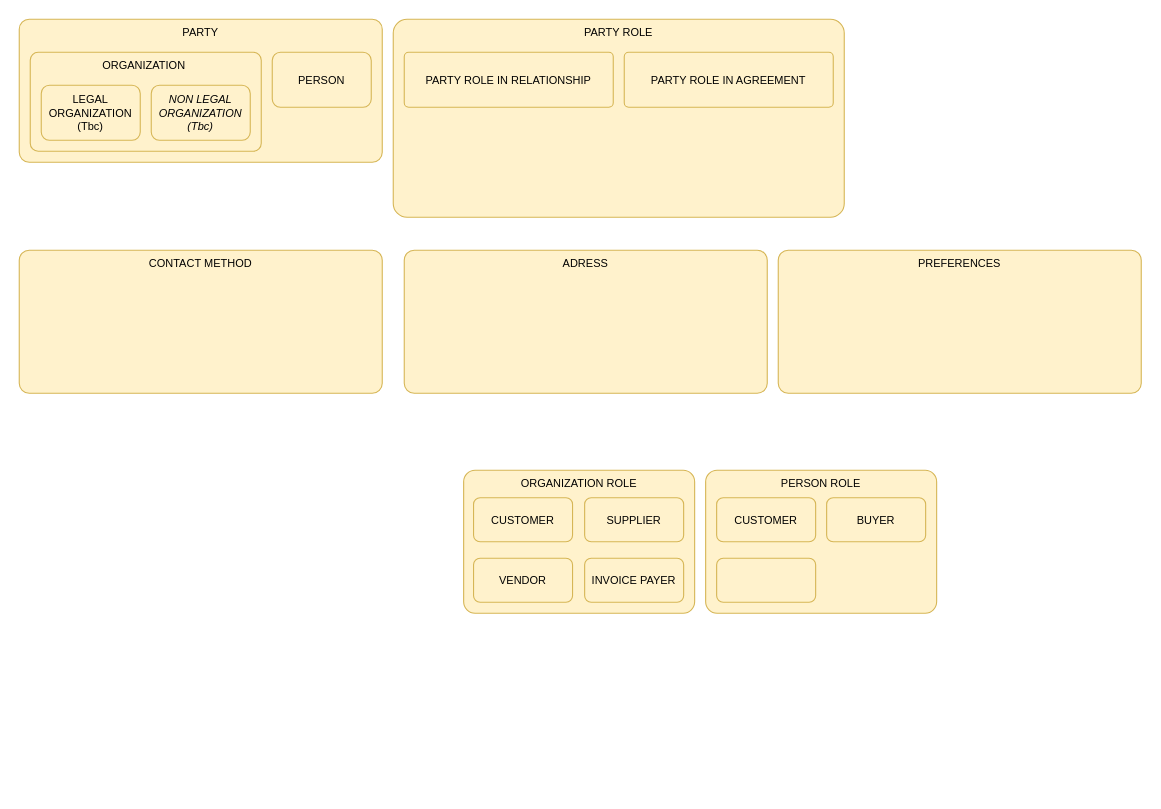
pastel-gbetoho/PastelGbetoho-data-library keeps this draw.io diagram as page "Customer Functional Area" (5 of 5) of docs/modeling/Customer-Manutan.drawio. Above is the earlier version. Source tidied: cells renumbered, new cells numbered last; positions are measured from the earlier drawing's top-left corner, leaving out a move shared by most shapes. Both pictures are drawn from the tidied source at 110%, with x=0, y=0 at pixel (19, 19).
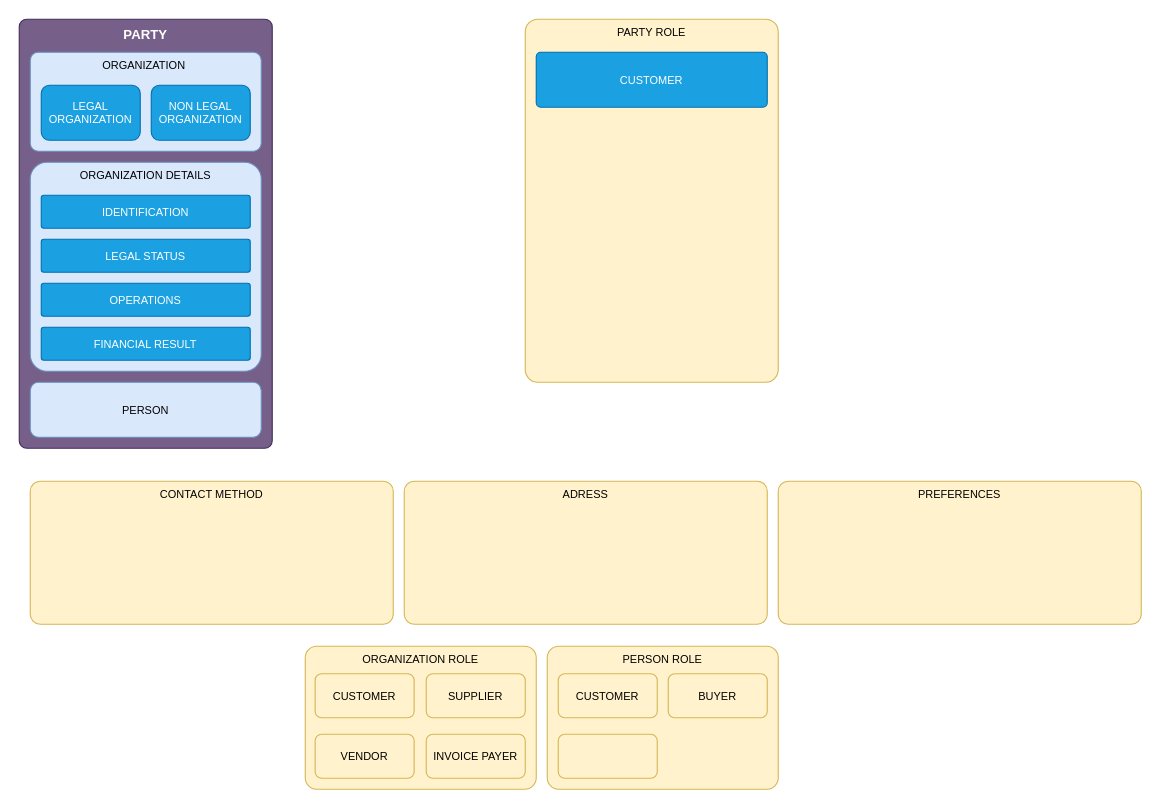
After the change.

What changed in the source:
```diff
@@
-    <mxCell id="2" value="PARTY" style="rounded=1;whiteSpace=wrap;html=1;fillColor=#fff2cc;strokeColor=#d6b656;arcSize=7;verticalAlign=top;fontSize=10;" parent="1" vertex="1">
-      <mxGeometry width="330" height="130" as="geometry" />
+    <mxCell id="2" value="PARTY" style="rounded=1;whiteSpace=wrap;html=1;fillColor=#76608a;strokeColor=#432D57;arcSize=3;verticalAlign=top;fontSize=12;fontStyle=1;fontColor=#ffffff;" parent="1" vertex="1">
+      <mxGeometry width="230" height="390" as="geometry" />
     </mxCell>
-    <mxCell id="3" value="ORGANIZATION&amp;nbsp;" style="rounded=1;whiteSpace=wrap;html=1;fillColor=#fff2cc;strokeColor=#d6b656;verticalAlign=top;arcSize=8;fontSize=10;" parent="1" vertex="1">
+    <mxCell id="3" value="ORGANIZATION&amp;nbsp;" style="rounded=1;whiteSpace=wrap;html=1;fillColor=#dae8fc;strokeColor=#6c8ebf;verticalAlign=top;arcSize=8;fontSize=10;" parent="1" vertex="1">
       <mxGeometry x="10" y="30" width="210" height="90" as="geometry" />
     </mxCell>
-    <mxCell id="4" value="LEGAL ORGANIZATION (Tbc)" style="rounded=1;whiteSpace=wrap;html=1;fillColor=#fff2cc;strokeColor=#d6b656;fontSize=10;" parent="1" vertex="1">
+    <mxCell id="4" value="LEGAL ORGANIZATION" style="rounded=1;whiteSpace=wrap;html=1;fillColor=#1ba1e2;strokeColor=#006EAF;fontSize=10;fontColor=#ffffff;" parent="1" vertex="1">
       <mxGeometry x="20" y="60" width="90" height="50" as="geometry" />
     </mxCell>
-    <mxCell id="5" value="NON LEGAL ORGANIZATION (Tbc)" style="rounded=1;whiteSpace=wrap;html=1;fillColor=#fff2cc;strokeColor=#d6b656;fontStyle=2;fontSize=10;" parent="1" vertex="1">
+    <mxCell id="5" value="NON LEGAL ORGANIZATION" style="rounded=1;whiteSpace=wrap;html=1;fillColor=#1ba1e2;strokeColor=#006EAF;fontStyle=0;fontSize=10;fontColor=#ffffff;" parent="1" vertex="1">
       <mxGeometry x="120" y="60" width="90" height="50" as="geometry" />
     </mxCell>
-    <mxCell id="6" value="PERSON" style="rounded=1;whiteSpace=wrap;html=1;fillColor=#fff2cc;strokeColor=#d6b656;fontSize=10;" parent="1" vertex="1">
-      <mxGeometry x="230" y="30" width="90" height="50" as="geometry" />
+    <mxCell id="6" value="PERSON" style="rounded=1;whiteSpace=wrap;html=1;fillColor=#dae8fc;strokeColor=#6c8ebf;fontSize=10;" parent="1" vertex="1">
+      <mxGeometry x="10" y="330" width="210" height="50" as="geometry" />
     </mxCell>
-    <mxCell id="7" value="PARTY ROLE" style="rounded=1;whiteSpace=wrap;html=1;fillColor=#fff2cc;strokeColor=#d6b656;arcSize=7;verticalAlign=top;fontSize=10;" parent="1" vertex="1">
-      <mxGeometry x="340" width="410" height="180" as="geometry" />
+    <mxCell id="7" value="PARTY ROLE" style="rounded=1;whiteSpace=wrap;html=1;fillColor=#fff2cc;strokeColor=#d6b656;arcSize=5;verticalAlign=top;fontSize=10;" parent="1" vertex="1">
+      <mxGeometry x="460" width="230" height="330" as="geometry" />
     </mxCell>
     <mxCell id="8" value="ORGANIZATION ROLE" style="rounded=1;whiteSpace=wrap;html=1;fillColor=#fff2cc;strokeColor=#d6b656;verticalAlign=top;arcSize=8;fontSize=10;" parent="1" vertex="1">
-      <mxGeometry x="404" y="410" width="210" height="130" as="geometry" />
+      <mxGeometry x="260" y="570" width="210" height="130" as="geometry" />
     </mxCell>
     <mxCell id="9" value="CUSTOMER" style="rounded=1;whiteSpace=wrap;html=1;fillColor=#fff2cc;strokeColor=#d6b656;fontSize=10;" parent="1" vertex="1">
-      <mxGeometry x="413" y="435" width="90" height="40" as="geometry" />
+      <mxGeometry x="269" y="595" width="90" height="40" as="geometry" />
     </mxCell>
     <mxCell id="10" value="SUPPLIER" style="rounded=1;whiteSpace=wrap;html=1;fillColor=#fff2cc;strokeColor=#d6b656;fontSize=10;" parent="1" vertex="1">
-      <mxGeometry x="514" y="435" width="90" height="40" as="geometry" />
+      <mxGeometry x="370" y="595" width="90" height="40" as="geometry" />
     </mxCell>
     <mxCell id="11" value="VENDOR" style="rounded=1;whiteSpace=wrap;html=1;fillColor=#fff2cc;strokeColor=#d6b656;fontSize=10;" parent="1" vertex="1">
-      <mxGeometry x="413" y="490" width="90" height="40" as="geometry" />
+      <mxGeometry x="269" y="650" width="90" height="40" as="geometry" />
     </mxCell>
     <mxCell id="12" value="PERSON ROLE" style="rounded=1;whiteSpace=wrap;html=1;fillColor=#fff2cc;strokeColor=#d6b656;verticalAlign=top;arcSize=8;fontSize=10;" parent="1" vertex="1">
-      <mxGeometry x="624" y="410" width="210" height="130" as="geometry" />
+      <mxGeometry x="480" y="570" width="210" height="130" as="geometry" />
     </mxCell>
     <mxCell id="13" value="CUSTOMER" style="rounded=1;whiteSpace=wrap;html=1;fillColor=#fff2cc;strokeColor=#d6b656;fontSize=10;" parent="1" vertex="1">
-      <mxGeometry x="634" y="435" width="90" height="40" as="geometry" />
+      <mxGeometry x="490" y="595" width="90" height="40" as="geometry" />
     </mxCell>
     <mxCell id="14" value="BUYER" style="rounded=1;whiteSpace=wrap;html=1;fillColor=#fff2cc;strokeColor=#d6b656;fontSize=10;" parent="1" vertex="1">
-      <mxGeometry x="734" y="435" width="90" height="40" as="geometry" />
+      <mxGeometry x="590" y="595" width="90" height="40" as="geometry" />
     </mxCell>
     <mxCell id="15" value="INVOICE PAYER" style="rounded=1;whiteSpace=wrap;html=1;fillColor=#fff2cc;strokeColor=#d6b656;fontSize=10;" parent="1" vertex="1">
-      <mxGeometry x="514" y="490" width="90" height="40" as="geometry" />
+      <mxGeometry x="370" y="650" width="90" height="40" as="geometry" />
     </mxCell>
     <mxCell id="16" style="rounded=1;whiteSpace=wrap;html=1;fillColor=#fff2cc;strokeColor=#d6b656;fontSize=10;" parent="1" vertex="1">
-      <mxGeometry x="634" y="490" width="90" height="40" as="geometry" />
+      <mxGeometry x="490" y="650" width="90" height="40" as="geometry" />
     </mxCell>
-    <mxCell id="17" value="PARTY ROLE IN RELATIONSHIP" style="rounded=1;whiteSpace=wrap;html=1;fillColor=#fff2cc;strokeColor=#d6b656;verticalAlign=middle;arcSize=8;fontSize=10;" parent="1" vertex="1">
-      <mxGeometry x="350" y="30" width="190" height="50" as="geometry" />
-    </mxCell>
-    <mxCell id="18" value="PARTY ROLE IN AGREEMENT" style="rounded=1;whiteSpace=wrap;html=1;fillColor=#fff2cc;strokeColor=#d6b656;verticalAlign=middle;arcSize=8;fontSize=10;" parent="1" vertex="1">
-      <mxGeometry x="550" y="30" width="190" height="50" as="geometry" />
-    </mxCell>
     <mxCell id="19" value="CONTACT METHOD" style="rounded=1;whiteSpace=wrap;html=1;fillColor=#fff2cc;strokeColor=#d6b656;arcSize=7;verticalAlign=top;fontSize=10;" parent="1" vertex="1">
-      <mxGeometry y="210" width="330" height="130" as="geometry" />
+      <mxGeometry x="10" y="420" width="330" height="130" as="geometry" />
     </mxCell>
     <mxCell id="20" value="ADRESS" style="rounded=1;whiteSpace=wrap;html=1;fillColor=#fff2cc;strokeColor=#d6b656;arcSize=7;verticalAlign=top;fontSize=10;" parent="1" vertex="1">
-      <mxGeometry x="350" y="210" width="330" height="130" as="geometry" />
+      <mxGeometry x="350" y="420" width="330" height="130" as="geometry" />
     </mxCell>
     <mxCell id="21" value="PREFERENCES" style="rounded=1;whiteSpace=wrap;html=1;fillColor=#fff2cc;strokeColor=#d6b656;arcSize=7;verticalAlign=top;fontSize=10;" parent="1" vertex="1">
-      <mxGeometry x="690" y="210" width="330" height="130" as="geometry" />
+      <mxGeometry x="690" y="420" width="330" height="130" as="geometry" />
     </mxCell>
+    <mxCell id="22" value="ORGANIZATION DETAILS" style="rounded=1;whiteSpace=wrap;html=1;fillColor=#dae8fc;strokeColor=#6c8ebf;verticalAlign=top;arcSize=8;fontSize=10;" parent="1" vertex="1">
+      <mxGeometry x="10" y="130" width="210" height="190" as="geometry" />
+    </mxCell>
+    <mxCell id="23" value="IDENTIFICATION" style="rounded=1;whiteSpace=wrap;html=1;fillColor=#1ba1e2;strokeColor=#006EAF;verticalAlign=middle;arcSize=8;fontSize=10;fontColor=#ffffff;" parent="1" vertex="1">
+      <mxGeometry x="20" y="160" width="190" height="30" as="geometry" />
+    </mxCell>
+    <mxCell id="24" value="&lt;div&gt;LEGAL STATUS&lt;br&gt;&lt;/div&gt;" style="rounded=1;whiteSpace=wrap;html=1;fillColor=#1ba1e2;strokeColor=#006EAF;verticalAlign=middle;arcSize=8;fontSize=10;fontColor=#ffffff;" parent="1" vertex="1">
+      <mxGeometry x="20" y="200" width="190" height="30" as="geometry" />
+    </mxCell>
+    <mxCell id="25" value="&lt;div&gt;OPERATIONS&lt;br&gt;&lt;/div&gt;" style="rounded=1;whiteSpace=wrap;html=1;fillColor=#1ba1e2;strokeColor=#006EAF;verticalAlign=middle;arcSize=8;fontSize=10;fontColor=#ffffff;" parent="1" vertex="1">
+      <mxGeometry x="20" y="240" width="190" height="30" as="geometry" />
+    </mxCell>
+    <mxCell id="26" value="&lt;div&gt;FINANCIAL RESULT&lt;br&gt;&lt;/div&gt;" style="rounded=1;whiteSpace=wrap;html=1;fillColor=#1ba1e2;strokeColor=#006EAF;verticalAlign=middle;arcSize=8;fontSize=10;fontColor=#ffffff;" parent="1" vertex="1">
+      <mxGeometry x="20" y="280" width="190" height="30" as="geometry" />
+    </mxCell>
+    <mxCell id="27" value="CUSTOMER" style="rounded=1;whiteSpace=wrap;html=1;fillColor=#1ba1e2;strokeColor=#006EAF;verticalAlign=middle;arcSize=8;fontSize=10;fontColor=#ffffff;" parent="1" vertex="1">
+      <mxGeometry x="470" y="30" width="210" height="50" as="geometry" />
+    </mxCell>
```
